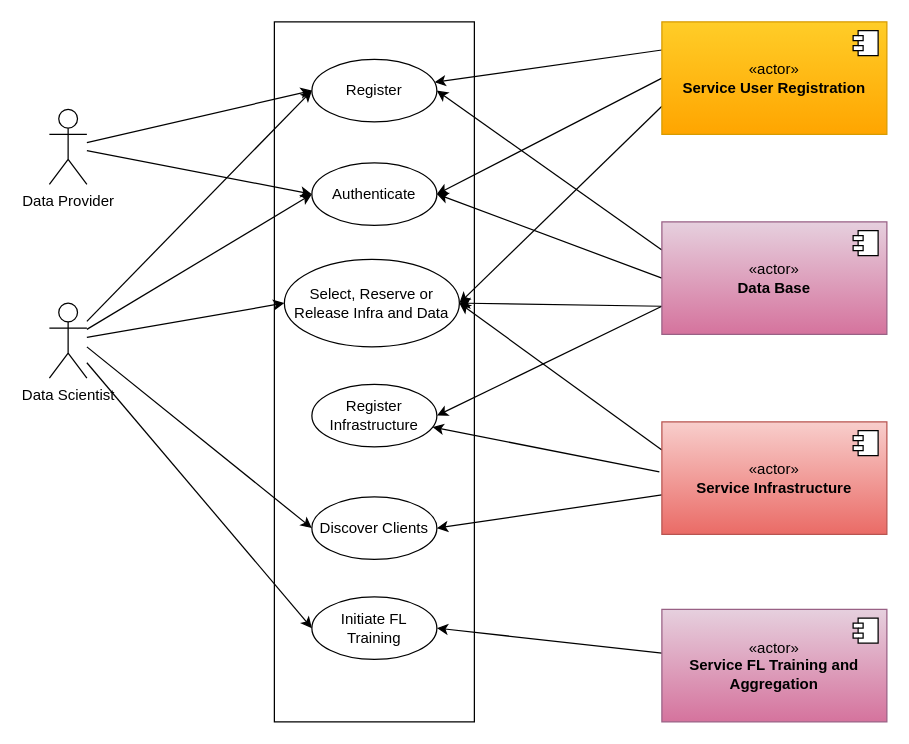
Earlier version of the draw.io diagram Thesis/Use case view.drawio (anandanlk/Drawings). Source tidied: cells renumbered, new cells numbered last; positions are measured from the earlier drawing's top-left corner, leaving out a move shared by most shapes. Both pictures are drawn from the tidied source at 125%, with x=0, y=0 at pixel (49, 21).
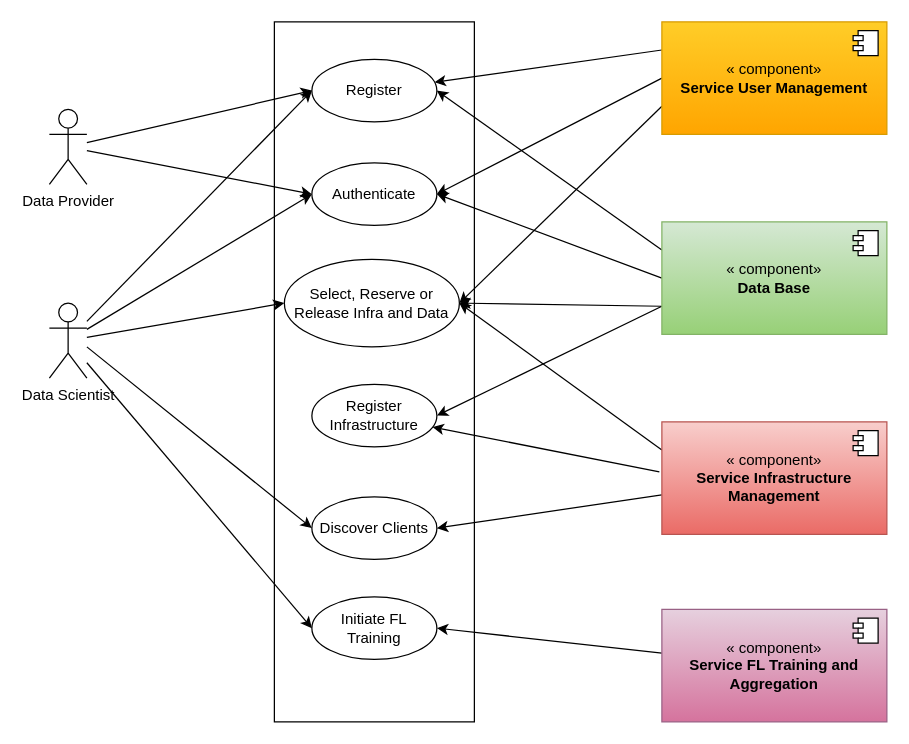
The same diagram, later.

The edit, as a diff of the source:
```diff
@@
-    <mxCell id="11" value="«actor»&lt;br&gt;&lt;b&gt;Service User Registration&lt;/b&gt;" style="html=1;whiteSpace=wrap;fillColor=#ffcd28;strokeColor=#d79b00;gradientColor=#ffa500;" parent="1" vertex="1">
+    <mxCell id="11" value="«&amp;nbsp;component»&lt;br&gt;&lt;b&gt;Service User Management&lt;/b&gt;" style="html=1;whiteSpace=wrap;fillColor=#ffcd28;strokeColor=#d79b00;gradientColor=#ffa500;" parent="1" vertex="1">
       <mxGeometry x="490" width="180" height="90" as="geometry" />
     </mxCell>
@@
-    <mxCell id="14" value="«actor»&lt;br&gt;&lt;b&gt;Service FL Training and Aggregation&lt;/b&gt;" style="html=1;whiteSpace=wrap;fillColor=#e6d0de;strokeColor=#996185;gradientColor=#d5739d;" parent="1" vertex="1">
+    <mxCell id="14" value="«&amp;nbsp;component»&lt;br&gt;&lt;b&gt;Service FL Training and Aggregation&lt;/b&gt;" style="html=1;whiteSpace=wrap;fillColor=#e6d0de;strokeColor=#996185;gradientColor=#d5739d;" parent="1" vertex="1">
       <mxGeometry x="490" y="470" width="180" height="90" as="geometry" />
     </mxCell>
@@
-    <mxCell id="19" value="«actor»&lt;br&gt;&lt;b&gt;Service Infrastructure&lt;/b&gt;" style="html=1;whiteSpace=wrap;fillColor=#f8cecc;gradientColor=#ea6b66;strokeColor=#b85450;" parent="1" vertex="1">
+    <mxCell id="19" value="«&amp;nbsp;component»&lt;br&gt;&lt;b&gt;Service Infrastructure Management&lt;/b&gt;" style="html=1;whiteSpace=wrap;fillColor=#f8cecc;gradientColor=#ea6b66;strokeColor=#b85450;" parent="1" vertex="1">
       <mxGeometry x="490" y="320" width="180" height="90" as="geometry" />
     </mxCell>
@@
-    <mxCell id="25" value="«actor»&lt;br&gt;&lt;b&gt;Data Base&lt;/b&gt;" style="html=1;whiteSpace=wrap;fillColor=#e6d0de;strokeColor=#996185;gradientColor=#d5739d;" parent="1" vertex="1">
+    <mxCell id="25" value="«&amp;nbsp;component»&lt;br&gt;&lt;b&gt;Data Base&lt;/b&gt;" style="html=1;whiteSpace=wrap;fillColor=#d5e8d4;strokeColor=#82b366;gradientColor=#97d077;" parent="1" vertex="1">
       <mxGeometry x="490" y="160" width="180" height="90" as="geometry" />
     </mxCell>
```
